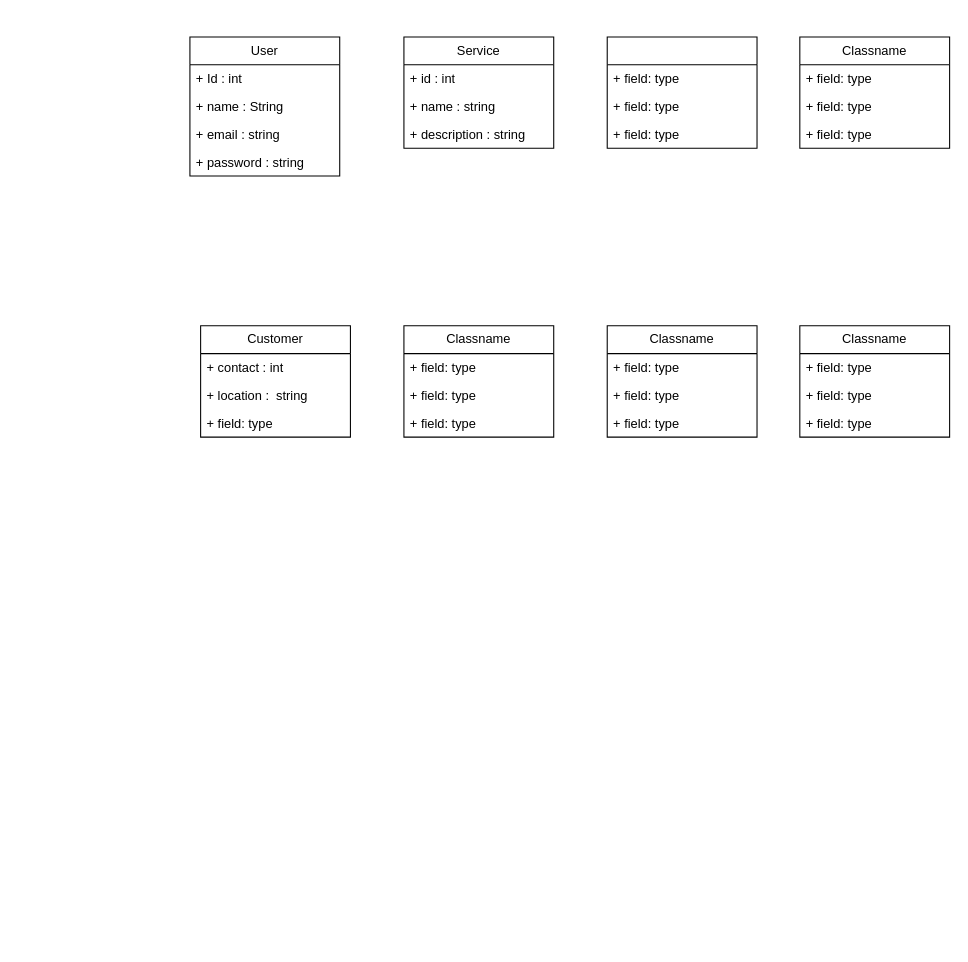
This is CarClassDiagram.drawio from LeloKarma/website, a draw.io file, before an edit. Source tidied: cells renumbered, new cells numbered last; positions are measured from the earlier drawing's top-left corner, leaving out a move shared by most shapes. Both pictures are drawn from the tidied source at 107%, with x=0, y=0 at pixel (189, 36).
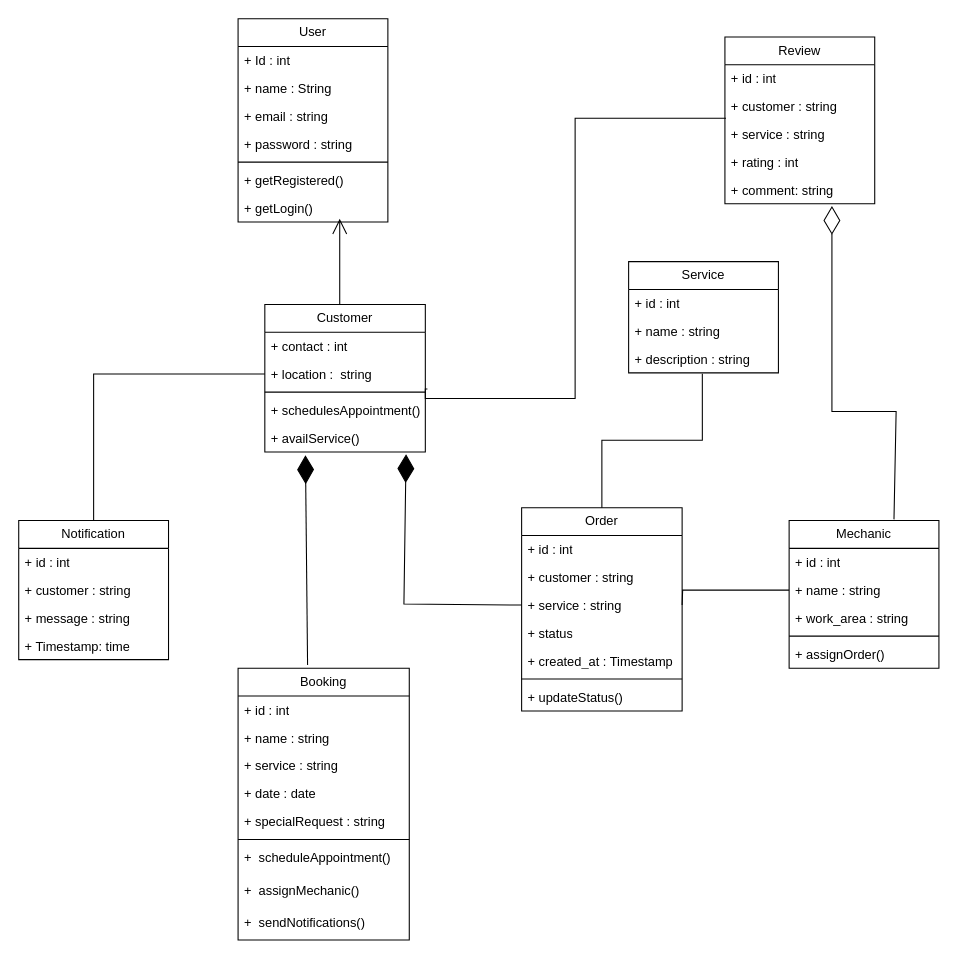
The same diagram, later.

Unchanged cells that the change refers to:
```xml
<mxCell id="10" value="+ description : string" style="text;strokeColor=none;fillColor=none;align=left;verticalAlign=top;spacingLeft=4;spacingRight=4;overflow=hidden;points=[[0,0.5],[1,0.5]];portConstraint=eastwest;whiteSpace=wrap;html=1;" parent="7" vertex="1">
  <mxGeometry y="78" width="140" height="26" as="geometry" />
</mxCell>
```

Change to the diagram source:
```diff
@@
     <mxCell id="2" value="User" style="swimlane;fontStyle=0;horizontal=1;startSize=26;fillColor=none;whiteSpace=wrap;html=1;" parent="1" vertex="1">
-      <mxGeometry width="140" height="130" as="geometry" />
+      <mxGeometry x="45" y="-17" width="140" height="190" as="geometry" />
     </mxCell>
@@
+    <mxCell id="35" style="line;strokeWidth=1;fillColor=none;align=left;verticalAlign=middle;spacingTop=-1;spacingLeft=3;spacingRight=3;labelPosition=right;strokeColor=inherit;" parent="2" vertex="1">
+      <mxGeometry y="130" width="140" height="8" as="geometry" />
+    </mxCell>
+    <mxCell id="36" value="+ getRegistered()" style="text;strokeColor=none;fillColor=none;align=left;verticalAlign=top;spacingLeft=4;spacingRight=4;overflow=hidden;whiteSpace=wrap;html=1;" parent="2" vertex="1">
+      <mxGeometry y="138" width="140" height="26" as="geometry" />
+    </mxCell>
+    <mxCell id="37" value="+ getLogin()" style="text;strokeColor=none;fillColor=none;align=left;verticalAlign=top;spacingLeft=4;spacingRight=4;overflow=hidden;whiteSpace=wrap;html=1;" parent="2" vertex="1">
+      <mxGeometry y="164" width="140" height="26" as="geometry" />
+    </mxCell>
     <mxCell id="7" value="Service" style="swimlane;fontStyle=0;horizontal=1;startSize=26;fillColor=none;whiteSpace=wrap;html=1;" parent="1" vertex="1">
-      <mxGeometry x="200" width="140" height="104" as="geometry" />
+      <mxGeometry x="410" y="210" width="140" height="104" as="geometry" />
     </mxCell>
@@
     <mxCell id="11" value="Customer" style="swimlane;fontStyle=0;horizontal=1;startSize=26;fillColor=none;whiteSpace=wrap;html=1;" parent="1" vertex="1">
-      <mxGeometry x="10" y="270" width="140" height="104" as="geometry" />
+      <mxGeometry x="70" y="250" width="150" height="138" as="geometry" />
     </mxCell>
     <mxCell id="12" value="+ contact : int" style="text;strokeColor=none;fillColor=none;align=left;verticalAlign=top;spacingLeft=4;spacingRight=4;overflow=hidden;whiteSpace=wrap;html=1;" parent="11" vertex="1">
-      <mxGeometry y="26" width="140" height="26" as="geometry" />
+      <mxGeometry y="26" width="150" height="26" as="geometry" />
     </mxCell>
     <mxCell id="13" value="+ location :&amp;nbsp; string" style="text;strokeColor=none;fillColor=none;align=left;verticalAlign=top;spacingLeft=4;spacingRight=4;overflow=hidden;points=[[0,0.5],[1,0.5]];portConstraint=eastwest;whiteSpace=wrap;html=1;" parent="11" vertex="1">
-      <mxGeometry y="52" width="140" height="26" as="geometry" />
+      <mxGeometry y="52" width="150" height="26" as="geometry" />
     </mxCell>
-    <mxCell id="14" value="+ field: type" style="text;strokeColor=none;fillColor=none;align=left;verticalAlign=top;spacingLeft=4;spacingRight=4;overflow=hidden;whiteSpace=wrap;html=1;" parent="11" vertex="1">
-      <mxGeometry y="78" width="140" height="26" as="geometry" />
-    </mxCell>
+    <mxCell id="38" style="line;strokeWidth=1;fillColor=none;align=left;verticalAlign=middle;spacingTop=-1;spacingLeft=3;spacingRight=3;labelPosition=right;strokeColor=inherit;" parent="11" vertex="1">
+      <mxGeometry y="78" width="150" height="8" as="geometry" />
+    </mxCell>
+    <mxCell id="39" value="+ schedulesAppointment()" style="text;strokeColor=none;fillColor=none;align=left;verticalAlign=top;spacingLeft=4;spacingRight=4;overflow=hidden;whiteSpace=wrap;html=1;" parent="11" vertex="1">
+      <mxGeometry y="86" width="150" height="26" as="geometry" />
+    </mxCell>
+    <mxCell id="40" value="+ availService()" style="text;strokeColor=none;fillColor=none;align=left;verticalAlign=top;spacingLeft=4;spacingRight=4;overflow=hidden;points=[[0,0.5],[1,0.5]];portConstraint=eastwest;whiteSpace=wrap;html=1;" parent="11" vertex="1">
+      <mxGeometry y="112" width="150" height="26" as="geometry" />
+    </mxCell>
-    <mxCell id="15" value="Classname" style="swimlane;fontStyle=0;horizontal=1;startSize=26;fillColor=none;whiteSpace=wrap;html=1;" parent="1" vertex="1">
-      <mxGeometry x="200" y="270" width="140" height="104" as="geometry" />
+    <mxCell id="15" value="Order" style="swimlane;fontStyle=0;horizontal=1;startSize=26;fillColor=none;whiteSpace=wrap;html=1;" parent="1" vertex="1">
+      <mxGeometry x="310" y="440" width="150" height="190" as="geometry" />
     </mxCell>
-    <mxCell id="16" value="+ field: type" style="text;strokeColor=none;fillColor=none;align=left;verticalAlign=top;spacingLeft=4;spacingRight=4;overflow=hidden;whiteSpace=wrap;html=1;" parent="15" vertex="1">
-      <mxGeometry y="26" width="140" height="26" as="geometry" />
+    <mxCell id="16" value="+ id : int" style="text;strokeColor=none;fillColor=none;align=left;verticalAlign=top;spacingLeft=4;spacingRight=4;overflow=hidden;whiteSpace=wrap;html=1;" parent="15" vertex="1">
+      <mxGeometry y="26" width="150" height="26" as="geometry" />
     </mxCell>
-    <mxCell id="17" value="+ field: type" style="text;strokeColor=none;fillColor=none;align=left;verticalAlign=top;spacingLeft=4;spacingRight=4;overflow=hidden;whiteSpace=wrap;html=1;" parent="15" vertex="1">
-      <mxGeometry y="52" width="140" height="26" as="geometry" />
+    <mxCell id="17" value="+ customer : string" style="text;strokeColor=none;fillColor=none;align=left;verticalAlign=top;spacingLeft=4;spacingRight=4;overflow=hidden;whiteSpace=wrap;html=1;" parent="15" vertex="1">
+      <mxGeometry y="52" width="150" height="26" as="geometry" />
     </mxCell>
-    <mxCell id="18" value="+ field: type" style="text;strokeColor=none;fillColor=none;align=left;verticalAlign=top;spacingLeft=4;spacingRight=4;overflow=hidden;points=[[0,0.5],[1,0.5]];portConstraint=eastwest;whiteSpace=wrap;html=1;" parent="15" vertex="1">
-      <mxGeometry y="78" width="140" height="26" as="geometry" />
+    <mxCell id="18" value="+ service : string" style="text;strokeColor=none;fillColor=none;align=left;verticalAlign=top;spacingLeft=4;spacingRight=4;overflow=hidden;points=[[0,0.5],[1,0.5]];portConstraint=eastwest;whiteSpace=wrap;html=1;" parent="15" vertex="1">
+      <mxGeometry y="78" width="150" height="26" as="geometry" />
     </mxCell>
+    <mxCell id="41" style="endArrow=none;html=1;edgeStyle=orthogonalEdgeStyle;rounded=0;entryX=0;entryY=0.5;entryDx=0;entryDy=0;" parent="15" edge="1" target="25">
+      <mxGeometry relative="1" as="geometry">
+        <mxPoint x="150" y="91" as="sourcePoint" />
+      </mxGeometry>
+    </mxCell>
+    <mxCell id="42" value="+ status" style="text;strokeColor=none;fillColor=none;align=left;verticalAlign=top;spacingLeft=4;spacingRight=4;overflow=hidden;whiteSpace=wrap;html=1;" parent="15" vertex="1">
+      <mxGeometry y="104" width="150" height="26" as="geometry" />
+    </mxCell>
+    <mxCell id="43" value="+ created_at : Timestamp" style="text;strokeColor=none;fillColor=none;align=left;verticalAlign=top;spacingLeft=4;spacingRight=4;overflow=hidden;whiteSpace=wrap;html=1;" parent="15" vertex="1">
+      <mxGeometry y="130" width="150" height="26" as="geometry" />
+    </mxCell>
+    <mxCell id="44" style="line;strokeWidth=1;fillColor=none;align=left;verticalAlign=middle;spacingTop=-1;spacingLeft=3;spacingRight=3;labelPosition=right;strokeColor=inherit;" parent="15" vertex="1">
+      <mxGeometry y="156" width="150" height="8" as="geometry" />
+    </mxCell>
+    <mxCell id="45" value="+ updateStatus()" style="text;strokeColor=none;fillColor=none;align=left;verticalAlign=top;spacingLeft=4;spacingRight=4;overflow=hidden;whiteSpace=wrap;html=1;" parent="15" vertex="1">
+      <mxGeometry y="164" width="150" height="26" as="geometry" />
+    </mxCell>
-    <mxCell id="19" style="swimlane;fontStyle=0;horizontal=1;startSize=26;fillColor=none;whiteSpace=wrap;html=1;" parent="1" vertex="1">
-      <mxGeometry x="390" width="140" height="104" as="geometry" />
+    <mxCell id="19" value="Notification" style="swimlane;fontStyle=0;horizontal=1;startSize=26;fillColor=none;whiteSpace=wrap;html=1;" parent="1" vertex="1">
+      <mxGeometry x="-160" y="452" width="140" height="130" as="geometry" />
     </mxCell>
-    <mxCell id="20" value="+ field: type" style="text;strokeColor=none;fillColor=none;align=left;verticalAlign=top;spacingLeft=4;spacingRight=4;overflow=hidden;whiteSpace=wrap;html=1;" parent="19" vertex="1">
+    <mxCell id="20" value="+ id : int" style="text;strokeColor=none;fillColor=none;align=left;verticalAlign=top;spacingLeft=4;spacingRight=4;overflow=hidden;whiteSpace=wrap;html=1;" parent="19" vertex="1">
       <mxGeometry y="26" width="140" height="26" as="geometry" />
     </mxCell>
-    <mxCell id="21" value="+ field: type" style="text;strokeColor=none;fillColor=none;align=left;verticalAlign=top;spacingLeft=4;spacingRight=4;overflow=hidden;whiteSpace=wrap;html=1;" parent="19" vertex="1">
+    <mxCell id="21" value="+ customer : string" style="text;strokeColor=none;fillColor=none;align=left;verticalAlign=top;spacingLeft=4;spacingRight=4;overflow=hidden;whiteSpace=wrap;html=1;" parent="19" vertex="1">
       <mxGeometry y="52" width="140" height="26" as="geometry" />
     </mxCell>
-    <mxCell id="22" value="+ field: type" style="text;strokeColor=none;fillColor=none;align=left;verticalAlign=top;spacingLeft=4;spacingRight=4;overflow=hidden;whiteSpace=wrap;html=1;" parent="19" vertex="1">
+    <mxCell id="22" value="+ message : string" style="text;strokeColor=none;fillColor=none;align=left;verticalAlign=top;spacingLeft=4;spacingRight=4;overflow=hidden;whiteSpace=wrap;html=1;" parent="19" vertex="1">
       <mxGeometry y="78" width="140" height="26" as="geometry" />
     </mxCell>
+    <mxCell id="46" value="+ Timestamp: time" style="text;strokeColor=none;fillColor=none;align=left;verticalAlign=top;spacingLeft=4;spacingRight=4;overflow=hidden;whiteSpace=wrap;html=1;" parent="19" vertex="1">
+      <mxGeometry y="104" width="140" height="26" as="geometry" />
+    </mxCell>
-    <mxCell id="23" value="Classname" style="swimlane;fontStyle=0;horizontal=1;startSize=26;fillColor=none;whiteSpace=wrap;html=1;" parent="1" vertex="1">
-      <mxGeometry x="390" y="270" width="140" height="104" as="geometry" />
+    <mxCell id="23" value="Mechanic" style="swimlane;fontStyle=0;horizontal=1;startSize=26;fillColor=none;whiteSpace=wrap;html=1;" parent="1" vertex="1">
+      <mxGeometry x="560" y="452" width="140" height="138" as="geometry" />
     </mxCell>
-    <mxCell id="24" value="+ field: type" style="text;strokeColor=none;fillColor=none;align=left;verticalAlign=top;spacingLeft=4;spacingRight=4;overflow=hidden;whiteSpace=wrap;html=1;" parent="23" vertex="1">
+    <mxCell id="24" value="+ id : int" style="text;strokeColor=none;fillColor=none;align=left;verticalAlign=top;spacingLeft=4;spacingRight=4;overflow=hidden;whiteSpace=wrap;html=1;" parent="23" vertex="1">
       <mxGeometry y="26" width="140" height="26" as="geometry" />
     </mxCell>
-    <mxCell id="25" value="+ field: type" style="text;strokeColor=none;fillColor=none;align=left;verticalAlign=top;spacingLeft=4;spacingRight=4;overflow=hidden;points=[[0,0.5],[1,0.5]];portConstraint=eastwest;whiteSpace=wrap;html=1;" parent="23" vertex="1">
+    <mxCell id="25" value="+ name : string" style="text;strokeColor=none;fillColor=none;align=left;verticalAlign=top;spacingLeft=4;spacingRight=4;overflow=hidden;points=[[0,0.5],[1,0.5]];portConstraint=eastwest;whiteSpace=wrap;html=1;" parent="23" vertex="1">
       <mxGeometry y="52" width="140" height="26" as="geometry" />
     </mxCell>
-    <mxCell id="26" value="+ field: type" style="text;strokeColor=none;fillColor=none;align=left;verticalAlign=top;spacingLeft=4;spacingRight=4;overflow=hidden;whiteSpace=wrap;html=1;" parent="23" vertex="1">
+    <mxCell id="26" value="+ work_area : string" style="text;strokeColor=none;fillColor=none;align=left;verticalAlign=top;spacingLeft=4;spacingRight=4;overflow=hidden;whiteSpace=wrap;html=1;" parent="23" vertex="1">
       <mxGeometry y="78" width="140" height="26" as="geometry" />
     </mxCell>
+    <mxCell id="47" style="line;strokeWidth=1;fillColor=none;align=left;verticalAlign=middle;spacingTop=-1;spacingLeft=3;spacingRight=3;labelPosition=right;strokeColor=inherit;" parent="23" vertex="1">
+      <mxGeometry y="104" width="140" height="8" as="geometry" />
+    </mxCell>
+    <mxCell id="48" value="+ assignOrder()" style="text;strokeColor=none;fillColor=none;align=left;verticalAlign=top;spacingLeft=4;spacingRight=4;overflow=hidden;whiteSpace=wrap;html=1;" parent="23" vertex="1">
+      <mxGeometry y="112" width="140" height="26" as="geometry" />
+    </mxCell>
-    <mxCell id="27" value="Classname" style="swimlane;fontStyle=0;horizontal=1;startSize=26;fillColor=none;whiteSpace=wrap;html=1;" parent="1" vertex="1">
-      <mxGeometry x="570" width="140" height="104" as="geometry" />
+    <mxCell id="27" value="Review" style="swimlane;fontStyle=0;horizontal=1;startSize=26;fillColor=none;whiteSpace=wrap;html=1;" parent="1" vertex="1">
+      <mxGeometry x="500" width="140" height="156" as="geometry" />
     </mxCell>
-    <mxCell id="28" value="+ field: type" style="text;strokeColor=none;fillColor=none;align=left;verticalAlign=top;spacingLeft=4;spacingRight=4;overflow=hidden;whiteSpace=wrap;html=1;" parent="27" vertex="1">
+    <mxCell id="28" value="+ id : int" style="text;strokeColor=none;fillColor=none;align=left;verticalAlign=top;spacingLeft=4;spacingRight=4;overflow=hidden;whiteSpace=wrap;html=1;" parent="27" vertex="1">
       <mxGeometry y="26" width="140" height="26" as="geometry" />
     </mxCell>
-    <mxCell id="29" value="+ field: type" style="text;strokeColor=none;fillColor=none;align=left;verticalAlign=top;spacingLeft=4;spacingRight=4;overflow=hidden;points=[[0,0.5],[1,0.5]];portConstraint=eastwest;whiteSpace=wrap;html=1;" parent="27" vertex="1">
+    <mxCell id="29" value="+ customer : string" style="text;strokeColor=none;fillColor=none;align=left;verticalAlign=top;spacingLeft=4;spacingRight=4;overflow=hidden;points=[[0,0.5],[1,0.5]];portConstraint=eastwest;whiteSpace=wrap;html=1;" parent="27" vertex="1">
       <mxGeometry y="52" width="140" height="26" as="geometry" />
     </mxCell>
-    <mxCell id="30" value="+ field: type" style="text;strokeColor=none;fillColor=none;align=left;verticalAlign=top;spacingLeft=4;spacingRight=4;overflow=hidden;whiteSpace=wrap;html=1;" parent="27" vertex="1">
+    <mxCell id="30" value="+ service : string" style="text;strokeColor=none;fillColor=none;align=left;verticalAlign=top;spacingLeft=4;spacingRight=4;overflow=hidden;whiteSpace=wrap;html=1;" parent="27" vertex="1">
       <mxGeometry y="78" width="140" height="26" as="geometry" />
     </mxCell>
+    <mxCell id="49" value="+ rating : int" style="text;strokeColor=none;fillColor=none;align=left;verticalAlign=top;spacingLeft=4;spacingRight=4;overflow=hidden;whiteSpace=wrap;html=1;" parent="27" vertex="1">
+      <mxGeometry y="104" width="140" height="26" as="geometry" />
+    </mxCell>
+    <mxCell id="50" value="+ comment: string" style="text;strokeColor=none;fillColor=none;align=left;verticalAlign=top;spacingLeft=4;spacingRight=4;overflow=hidden;whiteSpace=wrap;html=1;" parent="27" vertex="1">
+      <mxGeometry y="130" width="140" height="26" as="geometry" />
+    </mxCell>
-    <mxCell id="31" value="Classname" style="swimlane;fontStyle=0;horizontal=1;startSize=26;fillColor=none;whiteSpace=wrap;html=1;" parent="1" vertex="1">
-      <mxGeometry x="570" y="270" width="140" height="104" as="geometry" />
+    <mxCell id="31" value="Booking" style="swimlane;fontStyle=0;horizontal=1;startSize=26;fillColor=none;whiteSpace=wrap;html=1;" parent="1" vertex="1">
+      <mxGeometry x="45" y="590" width="160" height="254" as="geometry" />
     </mxCell>
-    <mxCell id="32" value="+ field: type" style="text;strokeColor=none;fillColor=none;align=left;verticalAlign=top;spacingLeft=4;spacingRight=4;overflow=hidden;whiteSpace=wrap;html=1;" parent="31" vertex="1">
-      <mxGeometry y="26" width="140" height="26" as="geometry" />
+    <mxCell id="32" value="+ id : int" style="text;strokeColor=none;fillColor=none;align=left;verticalAlign=top;spacingLeft=4;spacingRight=4;overflow=hidden;whiteSpace=wrap;html=1;" parent="31" vertex="1">
+      <mxGeometry y="26" width="160" height="26" as="geometry" />
     </mxCell>
-    <mxCell id="33" value="+ field: type" style="text;strokeColor=none;fillColor=none;align=left;verticalAlign=top;spacingLeft=4;spacingRight=4;overflow=hidden;whiteSpace=wrap;html=1;" parent="31" vertex="1">
-      <mxGeometry y="52" width="140" height="26" as="geometry" />
+    <mxCell id="33" value="+ name : string" style="text;strokeColor=none;fillColor=none;align=left;verticalAlign=top;spacingLeft=4;spacingRight=4;overflow=hidden;whiteSpace=wrap;html=1;" parent="31" vertex="1">
+      <mxGeometry y="52" width="160" height="26" as="geometry" />
     </mxCell>
-    <mxCell id="34" value="+ field: type" style="text;strokeColor=none;fillColor=none;align=left;verticalAlign=top;spacingLeft=4;spacingRight=4;overflow=hidden;whiteSpace=wrap;html=1;" parent="31" vertex="1">
-      <mxGeometry y="78" width="140" height="26" as="geometry" />
+    <mxCell id="34" value="+ service : string" style="text;strokeColor=none;fillColor=none;align=left;verticalAlign=top;spacingLeft=4;spacingRight=4;overflow=hidden;whiteSpace=wrap;html=1;" parent="31" vertex="1">
+      <mxGeometry y="78" width="160" height="26" as="geometry" />
     </mxCell>
+    <mxCell id="51" value="+ date : date" style="text;strokeColor=none;fillColor=none;align=left;verticalAlign=top;spacingLeft=4;spacingRight=4;overflow=hidden;whiteSpace=wrap;html=1;" parent="31" vertex="1">
+      <mxGeometry y="104" width="160" height="26" as="geometry" />
+    </mxCell>
+    <mxCell id="52" value="+ specialRequest : string" style="text;strokeColor=none;fillColor=none;align=left;verticalAlign=top;spacingLeft=4;spacingRight=4;overflow=hidden;whiteSpace=wrap;html=1;" parent="31" vertex="1">
+      <mxGeometry y="130" width="160" height="26" as="geometry" />
+    </mxCell>
+    <mxCell id="53" style="line;strokeWidth=1;fillColor=none;align=left;verticalAlign=middle;spacingTop=-1;spacingLeft=3;spacingRight=3;labelPosition=right;strokeColor=inherit;" parent="31" vertex="1">
+      <mxGeometry y="156" width="160" height="8" as="geometry" />
+    </mxCell>
+    <mxCell id="54" value="+&amp;nbsp; scheduleAppointment()" style="text;strokeColor=none;fillColor=none;align=left;verticalAlign=top;spacingLeft=4;spacingRight=4;overflow=hidden;whiteSpace=wrap;html=1;" parent="31" vertex="1">
+      <mxGeometry y="164" width="160" height="30" as="geometry" />
+    </mxCell>
+    <mxCell id="55" value="+&amp;nbsp; assignMechanic()" style="text;strokeColor=none;fillColor=none;align=left;verticalAlign=top;spacingLeft=4;spacingRight=4;overflow=hidden;whiteSpace=wrap;html=1;" parent="31" vertex="1">
+      <mxGeometry y="194" width="160" height="30" as="geometry" />
+    </mxCell>
+    <mxCell id="56" value="+&amp;nbsp; sendNotifications()" style="text;strokeColor=none;fillColor=none;align=left;verticalAlign=top;spacingLeft=4;spacingRight=4;overflow=hidden;whiteSpace=wrap;html=1;" parent="31" vertex="1">
+      <mxGeometry y="224" width="160" height="30" as="geometry" />
+    </mxCell>
+    <mxCell id="57" style="endArrow=open;endFill=1;endSize=12;html=1;rounded=0;" parent="1" edge="1">
+      <mxGeometry relative="1" as="geometry">
+        <mxPoint x="140" y="250" as="sourcePoint" />
+        <mxPoint x="140" y="170" as="targetPoint" />
+      </mxGeometry>
+    </mxCell>
+    <mxCell id="58" style="endArrow=none;html=1;edgeStyle=orthogonalEdgeStyle;rounded=0;entryX=0.492;entryY=1.032;entryDx=0;entryDy=0;entryPerimeter=0;" parent="1" edge="1" source="15" target="10">
+      <mxGeometry relative="1" as="geometry" />
+    </mxCell>
+    <mxCell id="59" style="endArrow=diamondThin;endFill=1;endSize=24;html=1;rounded=0;exitX=0;exitY=0.5;exitDx=0;exitDy=0;entryX=0.88;entryY=1.077;entryDx=0;entryDy=0;entryPerimeter=0;" parent="1" edge="1" source="18" target="40">
+      <mxGeometry relative="1" as="geometry">
+        <Array as="points">
+          <mxPoint x="200" y="530" />
+        </Array>
+      </mxGeometry>
+    </mxCell>
+    <mxCell id="60" style="endArrow=none;html=1;edgeStyle=orthogonalEdgeStyle;rounded=0;entryX=0;entryY=0.5;entryDx=0;entryDy=0;" parent="1" edge="1" source="19" target="13">
+      <mxGeometry relative="1" as="geometry" />
+    </mxCell>
+    <mxCell id="61" style="endArrow=diamondThin;endFill=1;endSize=24;html=1;rounded=0;entryX=0.253;entryY=1.115;entryDx=0;entryDy=0;entryPerimeter=0;exitX=0.406;exitY=-0.012;exitDx=0;exitDy=0;exitPerimeter=0;" parent="1" edge="1" source="31" target="40">
+      <mxGeometry relative="1" as="geometry" />
+    </mxCell>
+    <mxCell id="62" style="endArrow=diamondThin;endFill=0;endSize=24;html=1;rounded=0;exitX=0.7;exitY=-0.008;exitDx=0;exitDy=0;exitPerimeter=0;" parent="1" edge="1" source="23">
+      <mxGeometry relative="1" as="geometry">
+        <mxPoint x="600" y="158" as="targetPoint" />
+        <Array as="points">
+          <mxPoint x="660" y="350" />
+          <mxPoint x="600" y="350" />
+          <mxPoint x="600" y="258" />
+        </Array>
+      </mxGeometry>
+    </mxCell>
+    <mxCell id="63" style="endArrow=none;html=1;edgeStyle=orthogonalEdgeStyle;rounded=0;entryX=0.007;entryY=0.923;entryDx=0;entryDy=0;entryPerimeter=0;exitX=1.013;exitY=1.038;exitDx=0;exitDy=0;exitPerimeter=0;" parent="1" edge="1" source="13" target="29">
+      <mxGeometry relative="1" as="geometry">
+        <Array as="points">
+          <mxPoint x="220" y="329" />
+          <mxPoint x="220" y="338" />
+          <mxPoint x="360" y="338" />
+          <mxPoint x="360" y="76" />
+        </Array>
+      </mxGeometry>
+    </mxCell>
```
